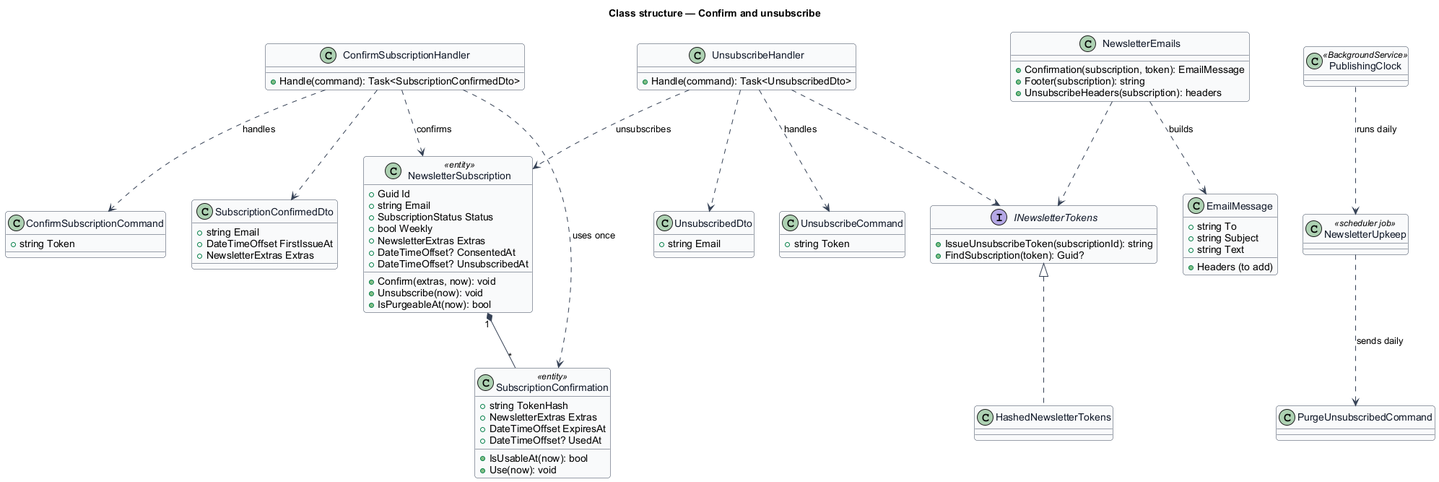
Earlier version of the PlantUML export docs/detailed-designs/news/confirm-and-unsubscribe/diagrams/class.png (QuinntyneBrown/christian-fitness).
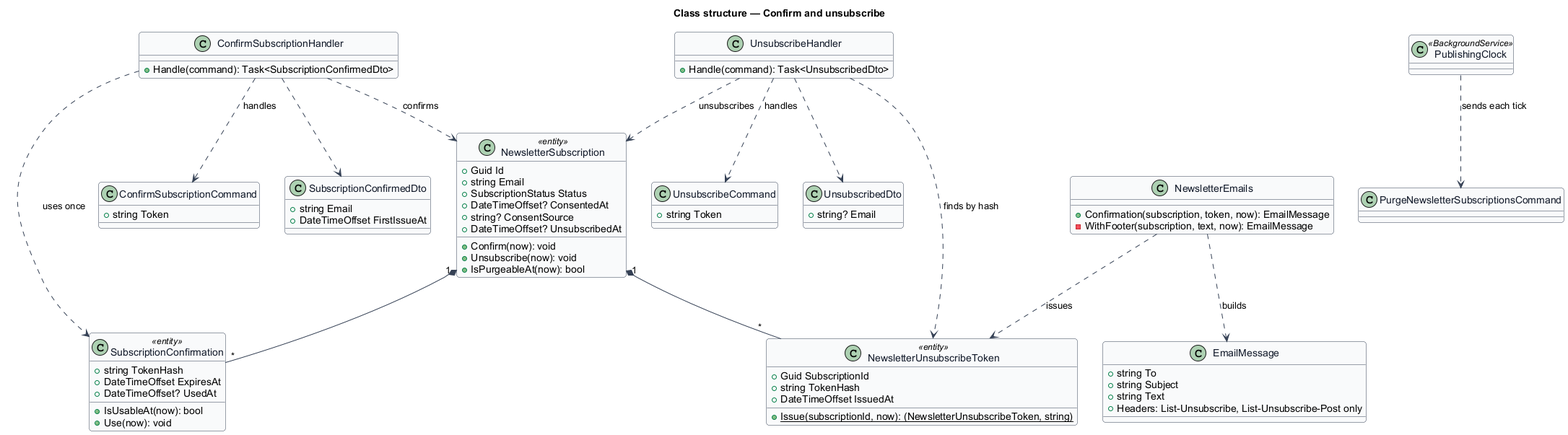
The same diagram one commit later.

Change to the diagram source:
```diff
@@ -15,17 +15,15 @@
   +Guid Id
   +string Email
   +SubscriptionStatus Status
-  +bool Weekly
-  +NewsletterExtras Extras
   +DateTimeOffset? ConsentedAt
+  +string? ConsentSource
   +DateTimeOffset? UnsubscribedAt
-  +Confirm(extras, now): void
+  +Confirm(now): void
   +Unsubscribe(now): void
   +IsPurgeableAt(now): bool
 }
 class SubscriptionConfirmation <<entity>> {
   +string TokenHash
-  +NewsletterExtras Extras
   +DateTimeOffset ExpiresAt
   +DateTimeOffset? UsedAt
   +IsUsableAt(now): bool
@@ -40,7 +38,6 @@
 class SubscriptionConfirmedDto {
   +string Email
   +DateTimeOffset FirstIssueAt
-  +NewsletterExtras Extras
 }
 class UnsubscribeCommand {
   +string Token
@@ -49,39 +46,37 @@
   +Handle(command): Task<UnsubscribedDto>
 }
 class UnsubscribedDto {
-  +string Email
+  +string? Email
 }
-interface INewsletterTokens {
-  +IssueUnsubscribeToken(subscriptionId): string
-  +FindSubscription(token): Guid?
+class NewsletterUnsubscribeToken <<entity>> {
+  +Guid SubscriptionId
+  +string TokenHash
+  +DateTimeOffset IssuedAt
+  +{static} Issue(subscriptionId, now): (NewsletterUnsubscribeToken, string)
 }
-class HashedNewsletterTokens
 class NewsletterEmails {
-  +Confirmation(subscription, token): EmailMessage
-  +Footer(subscription): string
-  +UnsubscribeHeaders(subscription): headers
+  +Confirmation(subscription, token, now): EmailMessage
+  -WithFooter(subscription, text, now): EmailMessage
 }
 class EmailMessage {
   +string To
   +string Subject
   +string Text
-  +Headers (to add)
+  +Headers: List-Unsubscribe, List-Unsubscribe-Post only
 }
-class PurgeUnsubscribedCommand
+class PurgeNewsletterSubscriptionsCommand
 class PublishingClock <<BackgroundService>>
-class NewsletterUpkeep <<scheduler job>>
 NewsletterSubscription "1" *-- "*" SubscriptionConfirmation
 ConfirmSubscriptionHandler ..> ConfirmSubscriptionCommand : handles
 ConfirmSubscriptionHandler ..> SubscriptionConfirmation : uses once
 ConfirmSubscriptionHandler ..> NewsletterSubscription : confirms
 ConfirmSubscriptionHandler ..> SubscriptionConfirmedDto
 UnsubscribeHandler ..> UnsubscribeCommand : handles
-UnsubscribeHandler ..> INewsletterTokens
+UnsubscribeHandler ..> NewsletterUnsubscribeToken : finds by hash
 UnsubscribeHandler ..> NewsletterSubscription : unsubscribes
 UnsubscribeHandler ..> UnsubscribedDto
-INewsletterTokens <|.. HashedNewsletterTokens
-NewsletterEmails ..> INewsletterTokens
+NewsletterSubscription "1" *-- "*" NewsletterUnsubscribeToken
+NewsletterEmails ..> NewsletterUnsubscribeToken : issues
 NewsletterEmails ..> EmailMessage : builds
-PublishingClock ..> NewsletterUpkeep : runs daily
-NewsletterUpkeep ..> PurgeUnsubscribedCommand : sends daily
+PublishingClock ..> PurgeNewsletterSubscriptionsCommand : sends each tick
 @enduml
```
